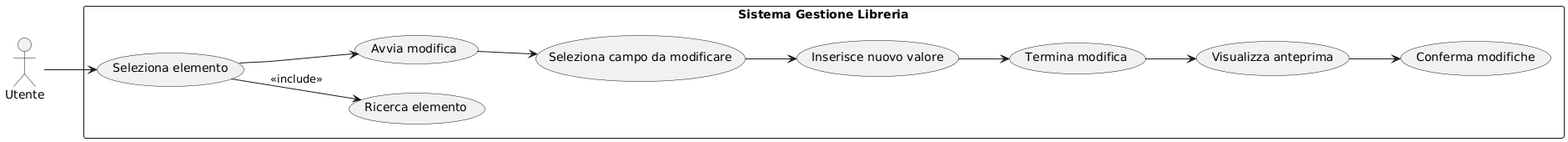
Above: report/media/useCase4.png in Zi0LEO/GestoreLibreria (PlantUML), before the change.
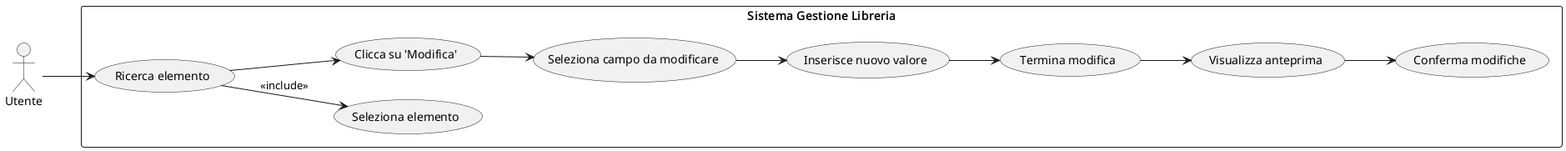
Later version of the same file.

What changed in the source:
```diff
@@ -5,9 +5,9 @@
 actor Utente
 
 rectangle "Sistema Gestione Libreria" {
-    usecase "Ricerca elemento" as UCex
-    usecase "Seleziona elemento" as UC1
-    usecase "Avvia modifica" as UC2
+    usecase "Seleziona elemento" as UCex
+    usecase "Ricerca elemento" as UC1
+    usecase "Clicca su 'Modifica'" as UC2
     usecase "Seleziona campo da modificare" as UC3
     usecase "Inserisce nuovo valore" as UC4
     usecase "Termina modifica" as UC5
```
